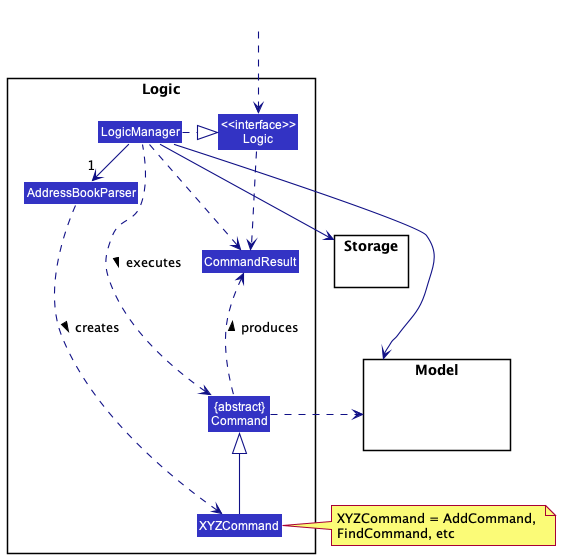
Above: docs/images/LogicClassDiagram.png in nus-cs2103-AY2223S2/tp (PlantUML), before the change.
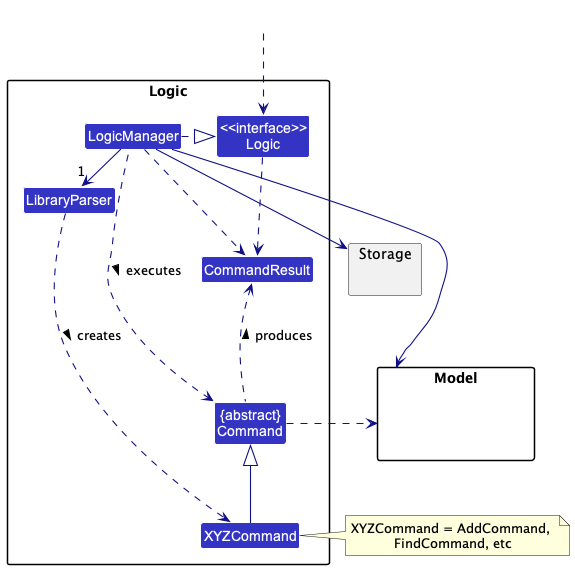
After the change.

Change to the diagram source:
```diff
@@ -6,7 +6,7 @@
 
 package Logic {
 
-Class AddressBookParser
+Class LibraryParser
 Class XYZCommand
 Class CommandResult
 Class "{abstract}\nCommand" as Command
@@ -27,8 +27,8 @@
 HiddenOutside ..> Logic
 
 LogicManager .right.|> Logic
-LogicManager -right->"1" AddressBookParser
-AddressBookParser ..> XYZCommand : creates >
+LogicManager -right->"1" LibraryParser
+LibraryParser ..> XYZCommand : creates >
 
 XYZCommand -up-|> Command
 LogicManager .left.> Command : executes >
```
